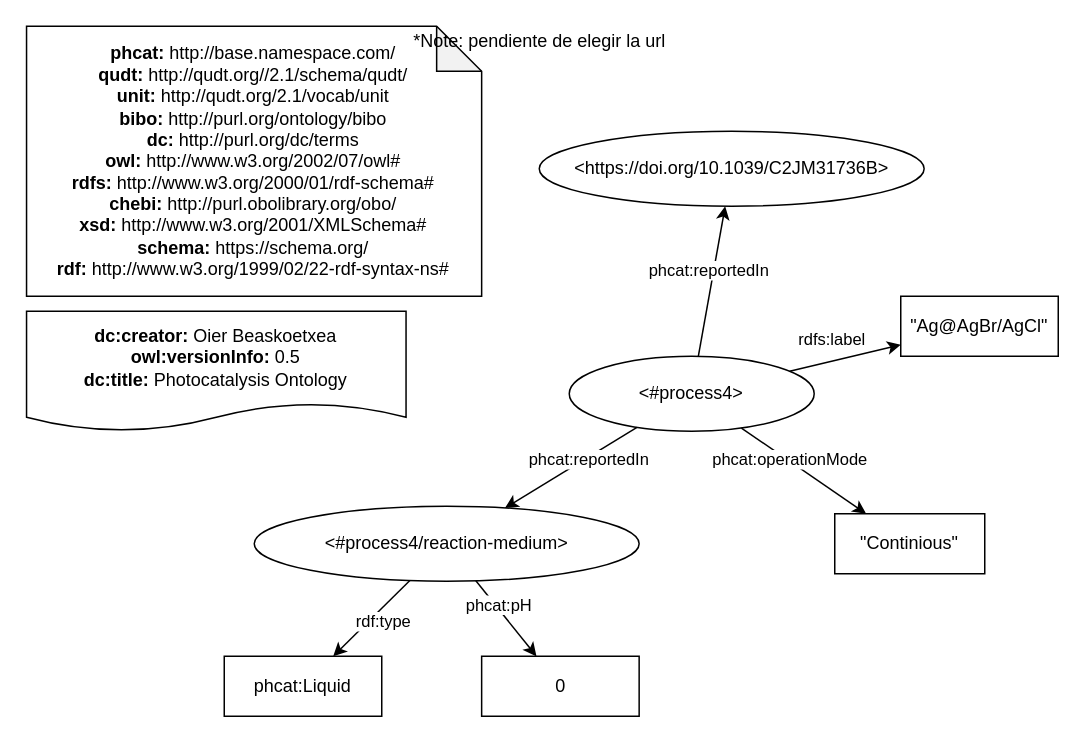
This is page "Ejemplo-process" (2 of 8) of examples/photocatalysis-ontology-example.drawio from SolarChem/solarchem-ontology, a draw.io file, before an edit. Source tidied: cells renumbered, new cells numbered last; positions are measured from the earlier drawing's top-left corner, leaving out a move shared by most shapes. Both pictures are drawn from the tidied source at 150%, with x=0, y=0 at pixel (26, 26).
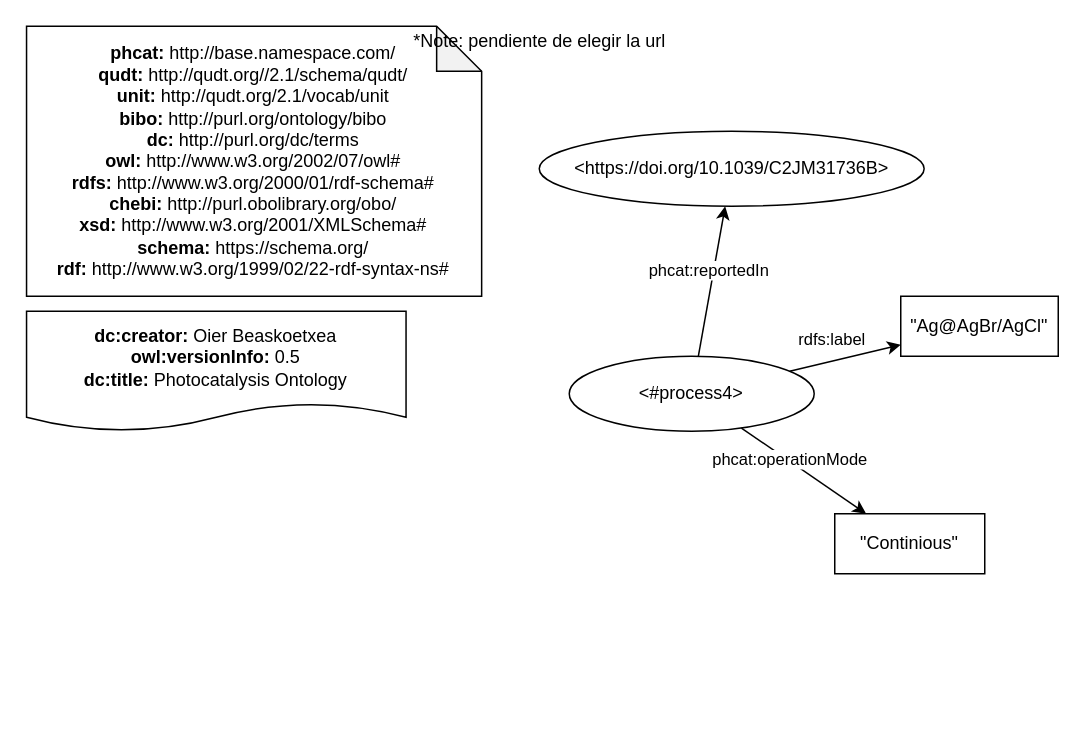
The same diagram, later.

Unchanged cells that the change refers to:
```xml
<mxCell id="6" value="&amp;lt;#process4&amp;gt;" style="ellipse;whiteSpace=wrap;html=1;fillColor=default;" parent="1" vertex="1">
  <mxGeometry x="362" y="220" width="163.3" height="50" as="geometry" />
</mxCell>
```

Diff of the diagram source:
```diff
@@
-    <mxCell id="15" value="&amp;lt;#process4/reaction-medium&amp;gt;" style="ellipse;whiteSpace=wrap;html=1;fillColor=default;" parent="1" vertex="1">
-      <mxGeometry x="152" y="320" width="256.6" height="50" as="geometry" />
-    </mxCell>
-    <mxCell id="16" style="edgeStyle=none;html=1;" parent="1" edge="1" source="6" target="15">
-      <mxGeometry relative="1" as="geometry" />
-    </mxCell>
-    <mxCell id="17" value="phcat:reportedIn" style="edgeLabel;html=1;align=center;verticalAlign=middle;" parent="16" vertex="1">
-      <mxGeometry x="-0.25" y="1" relative="1" as="geometry" />
-    </mxCell>
-    <mxCell id="18" value="phcat:Liquid" style="rounded=0;whiteSpace=wrap;html=1;fillColor=default;" parent="1" vertex="1">
-      <mxGeometry x="132" y="420" width="105" height="40" as="geometry" />
-    </mxCell>
-    <mxCell id="19" style="edgeStyle=none;html=1;" parent="1" edge="1" source="15" target="18">
-      <mxGeometry relative="1" as="geometry" />
-    </mxCell>
-    <mxCell id="20" value="rdf:type" style="edgeLabel;html=1;align=center;verticalAlign=middle;" parent="19" vertex="1">
-      <mxGeometry x="-0.25" y="1" relative="1" as="geometry">
-        <mxPoint y="7" as="offset" />
-      </mxGeometry>
-    </mxCell>
-    <mxCell id="21" value="0" style="rounded=0;whiteSpace=wrap;html=1;fillColor=default;" parent="1" vertex="1">
-      <mxGeometry x="303.6" y="420" width="105" height="40" as="geometry" />
-    </mxCell>
-    <mxCell id="22" style="edgeStyle=none;html=1;" parent="1" edge="1" source="15" target="21">
-      <mxGeometry relative="1" as="geometry" />
-    </mxCell>
-    <mxCell id="23" value="phcat:pH" style="edgeLabel;html=1;align=center;verticalAlign=middle;" parent="22" vertex="1">
-      <mxGeometry x="-0.25" y="1" relative="1" as="geometry">
-        <mxPoint x="-1" y="-2" as="offset" />
-      </mxGeometry>
-    </mxCell>
```
